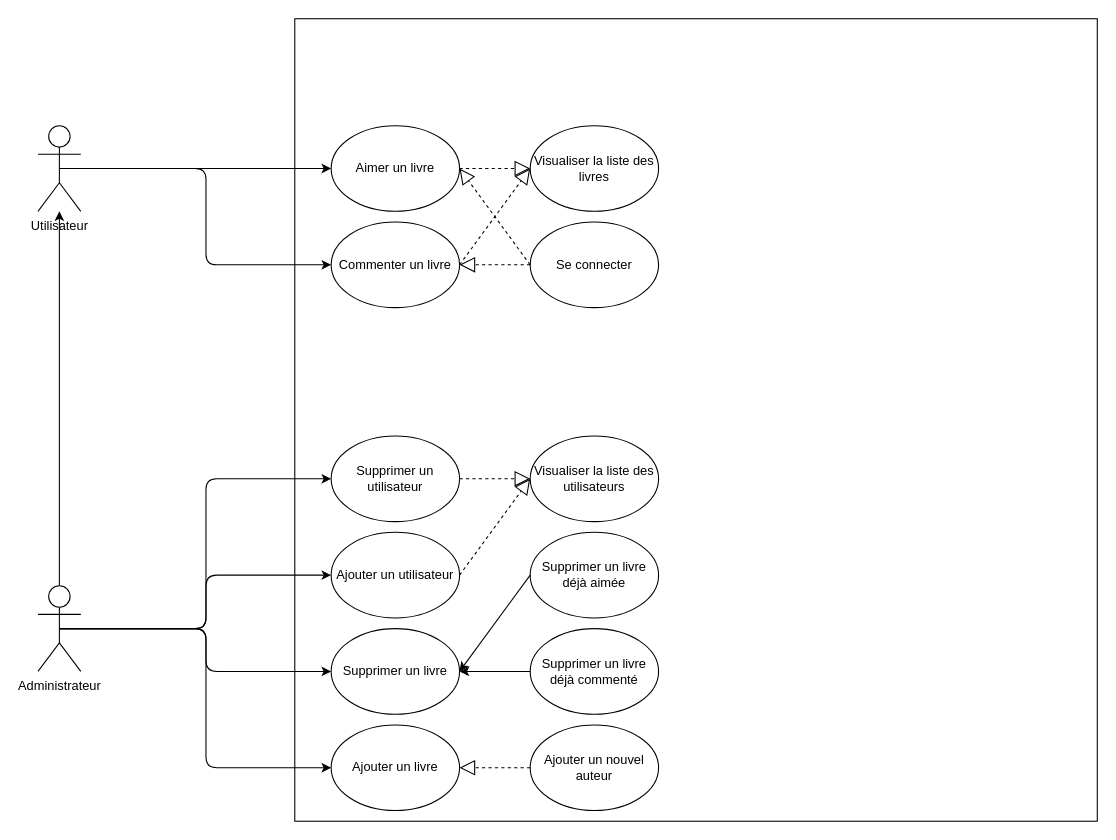
This is Untitled Diagram.drawio from ChuisJu/Livre-Arbitre, a draw.io file, before an edit. Source tidied: cells renumbered, new cells numbered last; positions are measured from the earlier drawing's top-left corner, leaving out a move shared by most shapes. Both pictures are drawn from the tidied source at 107%, with x=0, y=0 at pixel (37, 18).
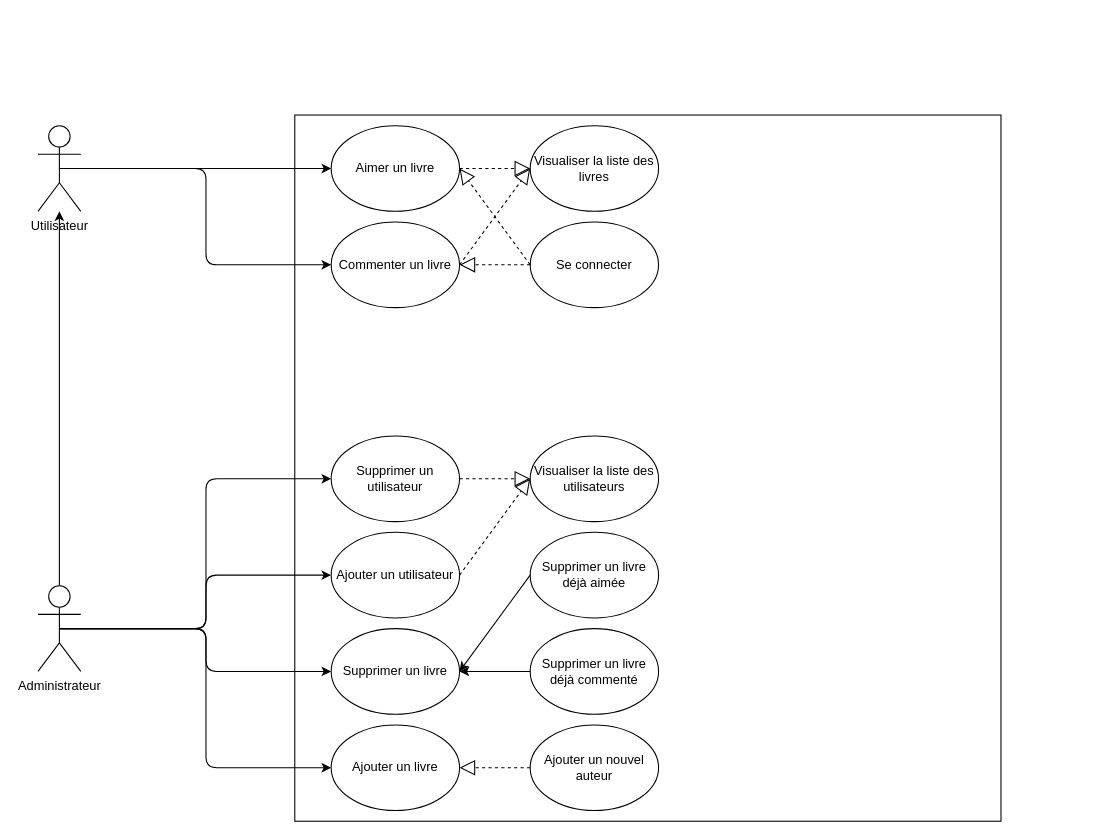
Above is the later version.

The edit, as a diff of the source:
```diff
@@
-    <mxCell id="2" style="whiteSpace=wrap;html=1;" parent="1" vertex="1">
-      <mxGeometry x="240" width="750" height="750" as="geometry" />
+    <mxCell id="2" style="whiteSpace=wrap;html=1;spacingLeft=0;spacingRight=0;" parent="1" vertex="1">
+      <mxGeometry x="240" y="90" width="660" height="660" as="geometry" />
     </mxCell>
```
